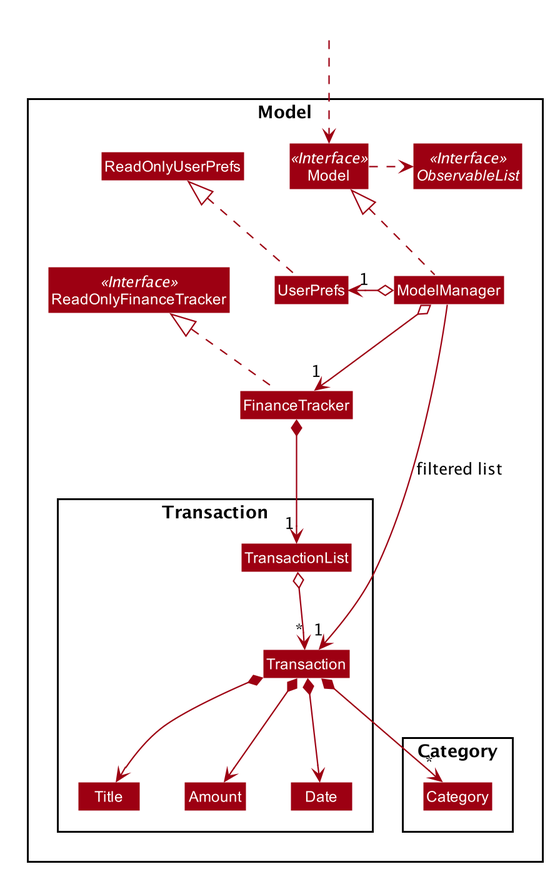
Before: docs/images/ModelClassDiagram.png, a diagram exported from PlantUML (AY2021S1-CS2103T-W16-3/tp). Its diagram source:
```plantuml
@startuml








skinparam BackgroundColor #FFFFFFF

skinparam Shadowing false

skinparam Class {
    FontColor #FFFFFF
    BorderThickness 1
    BorderColor #FFFFFF
    StereotypeFontColor #FFFFFF
    FontName Arial
}

skinparam Actor {
    BorderColor #000000
    Color #000000
    FontName Arial
}

skinparam Sequence {
    MessageAlign center
    BoxFontSize 15
    BoxPadding 0
    BoxFontColor #FFFFFF
    FontName Arial
}

skinparam Participant {
    FontColor #FFFFFFF
    Padding 20
}

skinparam MinClassWidth 50
skinparam ParticipantPadding 10
skinparam Shadowing false
skinparam DefaultTextAlignment center
skinparam packageStyle Rectangle

hide footbox
hide members
hide circle
skinparam arrowThickness 1.1
skinparam arrowColor #9D0012
skinparam classBackgroundColor #9D0012

Package Model <<Rectangle>>{
Interface ReadOnlyFinanceTracker <<Interface>>
Interface Model <<Interface>>
Interface ObservableList <<Interface>>
Class FinanceTracker
Class ReadOnlyFinanceTracker
Class Model
Class ModelManager
Class UserPrefs
Class ReadOnlyUserPrefs

Package Transaction {
Class Transaction
Class Amount
Class Date
Class Title
Class TransactionList
}

Package Category {
Class Category
}
}

Class HiddenOutside #FFFFFF
HiddenOutside ..> Model

FinanceTracker .up.|> ReadOnlyFinanceTracker

ModelManager .up.|> Model
Model .right.> ObservableList
ModelManager o--> "1" FinanceTracker
ModelManager o-left-> "1" UserPrefs
UserPrefs .up.|> ReadOnlyUserPrefs

FinanceTracker *--> "1" TransactionList
TransactionList o--> "*" Transaction
Transaction *--> Title
Transaction *--> Amount
Transaction *--> Date
Transaction *--> "*" Category

Title -[hidden]right-> Amount
Amount -[hidden]right-> Date

ModelManager -->"1" Transaction : filtered list
@enduml
```
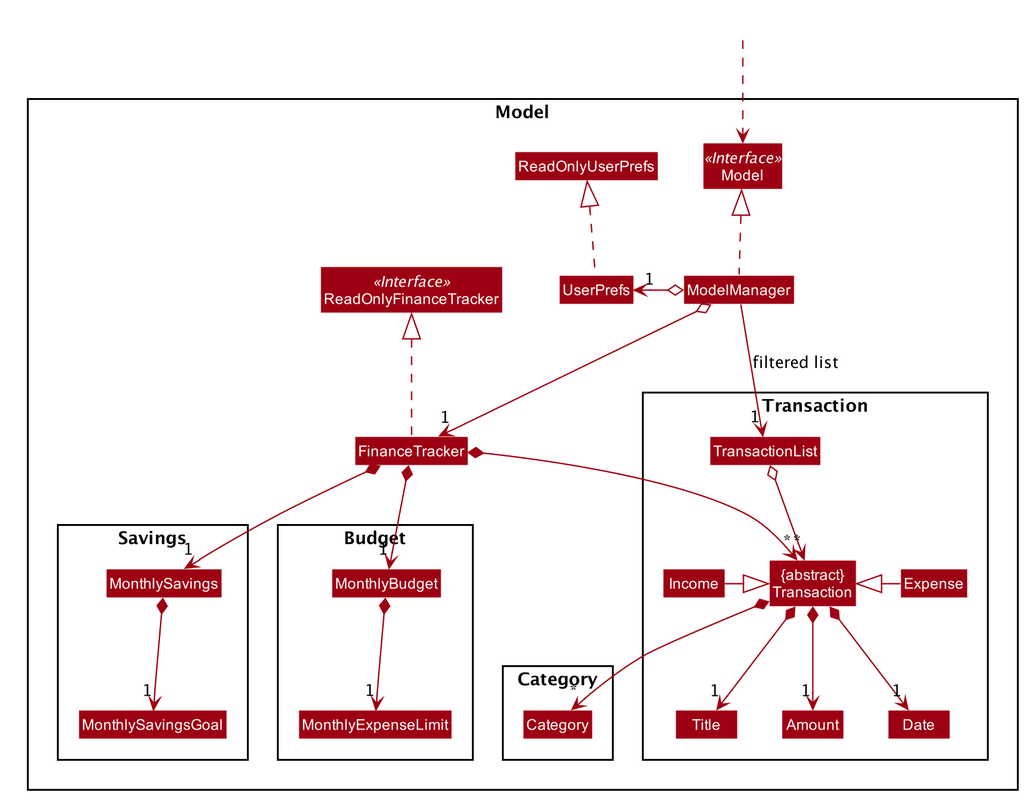
Above is the later version.

What changed in the source:
```diff
@@ -54,7 +54,6 @@
 Package Model <<Rectangle>>{
 Interface ReadOnlyFinanceTracker <<Interface>>
 Interface Model <<Interface>>
-Interface ObservableList <<Interface>>
 Class FinanceTracker
 Class ReadOnlyFinanceTracker
 Class Model
@@ -63,7 +62,9 @@
 Class ReadOnlyUserPrefs
 
 Package Transaction {
-Class Transaction
+Class "{abstract}\nTransaction" as Transaction
+Class Expense
+Class Income
 Class Amount
 Class Date
 Class Title
@@ -73,6 +74,16 @@
 Package Category {
 Class Category
 }
+
+Package Budget {
+Class MonthlyBudget
+Class MonthlyExpenseLimit
+}
+
+Package Savings {
+Class MonthlySavings
+Class MonthlySavingsGoal
+}
 }
 
 Class HiddenOutside #FFFFFF
@@ -81,20 +92,26 @@
 FinanceTracker .up.|> ReadOnlyFinanceTracker
 
 ModelManager .up.|> Model
-Model .right.> ObservableList
 ModelManager o--> "1" FinanceTracker
 ModelManager o-left-> "1" UserPrefs
 UserPrefs .up.|> ReadOnlyUserPrefs
 
-FinanceTracker *--> "1" TransactionList
+FinanceTracker *--> "*" Transaction
 TransactionList o--> "*" Transaction
-Transaction *--> Title
-Transaction *--> Amount
-Transaction *--> Date
+Expense -left-|> Transaction
+Income -right-|> Transaction
+Transaction *--> "1" Title
+Transaction *--> "1" Amount
+Transaction *--> "1" Date
 Transaction *--> "*" Category
+
+FinanceTracker *--> "1" MonthlySavings
+MonthlySavings *--> "1" MonthlySavingsGoal
+FinanceTracker *--> "1" MonthlyBudget
+MonthlyBudget *--> "1" MonthlyExpenseLimit
 
 Title -[hidden]right-> Amount
 Amount -[hidden]right-> Date
 
-ModelManager -->"1" Transaction : filtered list
+ModelManager -->"1" TransactionList : filtered list
 @enduml
```
